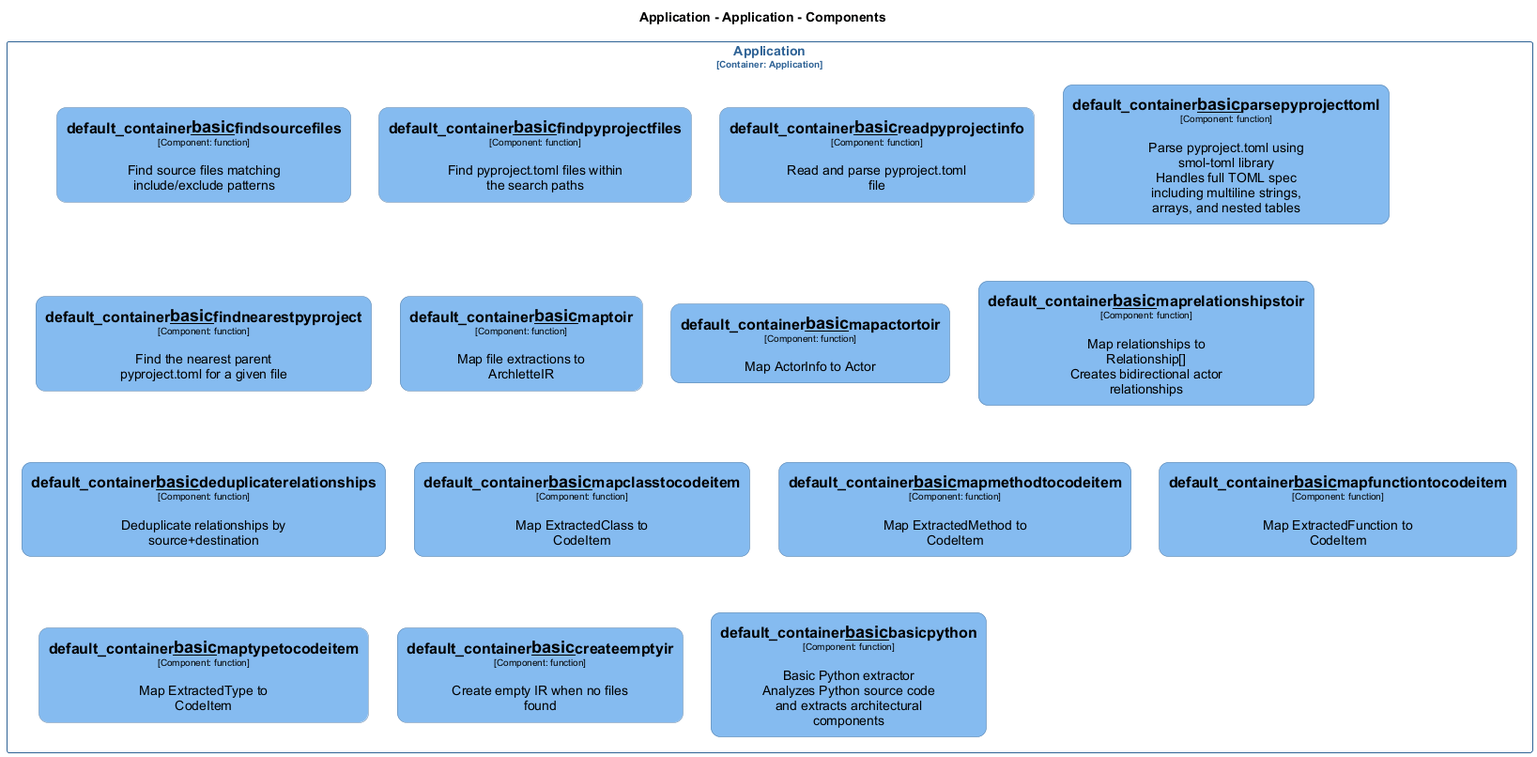
Before: docs/architecture/diagrams/structurizr-Classes_default_container__basic.png, a diagram exported from PlantUML (chrislyons-dev/archlette). Source of this version:
```plantuml
@startuml
set separator none
title Application - Application - Components

top to bottom direction
skinparam ranksep 60
skinparam nodesep 30

skinparam {
  arrowFontSize 10
  defaultTextAlignment center
  wrapWidth 200
  maxMessageSize 100
  defaultFontName "Arial"
}

hide stereotype

skinparam rectangle<<Application.Application.default_container__basic__basicpython>> {
  BackgroundColor #85bbf0
  FontColor #000000
  BorderColor #5d82a8
  roundCorner 20
  shadowing false
}
skinparam rectangle<<Application.Application.default_container__basic__createemptyir>> {
  BackgroundColor #85bbf0
  FontColor #000000
  BorderColor #5d82a8
  roundCorner 20
  shadowing false
}
skinparam rectangle<<Application.Application.default_container__basic__deduplicaterelationships>> {
  BackgroundColor #85bbf0
  FontColor #000000
  BorderColor #5d82a8
  roundCorner 20
  shadowing false
}
skinparam rectangle<<Application.Application.default_container__basic__findnearestpyproject>> {
  BackgroundColor #85bbf0
  FontColor #000000
  BorderColor #5d82a8
  roundCorner 20
  shadowing false
}
skinparam rectangle<<Application.Application.default_container__basic__findpyprojectfiles>> {
  BackgroundColor #85bbf0
  FontColor #000000
  BorderColor #5d82a8
  roundCorner 20
  shadowing false
}
skinparam rectangle<<Application.Application.default_container__basic__findsourcefiles>> {
  BackgroundColor #85bbf0
  FontColor #000000
  BorderColor #5d82a8
  roundCorner 20
  shadowing false
}
skinparam rectangle<<Application.Application.default_container__basic__mapactortoir>> {
  BackgroundColor #85bbf0
  FontColor #000000
  BorderColor #5d82a8
  roundCorner 20
  shadowing false
}
skinparam rectangle<<Application.Application.default_container__basic__mapclasstocodeitem>> {
  BackgroundColor #85bbf0
  FontColor #000000
  BorderColor #5d82a8
  roundCorner 20
  shadowing false
}
skinparam rectangle<<Application.Application.default_container__basic__mapfunctiontocodeitem>> {
  BackgroundColor #85bbf0
  FontColor #000000
  BorderColor #5d82a8
  roundCorner 20
  shadowing false
}
skinparam rectangle<<Application.Application.default_container__basic__mapmethodtocodeitem>> {
  BackgroundColor #85bbf0
  FontColor #000000
  BorderColor #5d82a8
  roundCorner 20
  shadowing false
}
skinparam rectangle<<Application.Application.default_container__basic__maprelationshipstoir>> {
  BackgroundColor #85bbf0
  FontColor #000000
  BorderColor #5d82a8
  roundCorner 20
  shadowing false
}
skinparam rectangle<<Application.Application.default_container__basic__maptoir>> {
  BackgroundColor #85bbf0
  FontColor #000000
  BorderColor #5d82a8
  roundCorner 20
  shadowing false
}
skinparam rectangle<<Application.Application.default_container__basic__maptypetocodeitem>> {
  BackgroundColor #85bbf0
  FontColor #000000
  BorderColor #5d82a8
  roundCorner 20
  shadowing false
}
skinparam rectangle<<Application.Application.default_container__basic__parsepyprojecttoml>> {
  BackgroundColor #85bbf0
  FontColor #000000
  BorderColor #5d82a8
  roundCorner 20
  shadowing false
}
skinparam rectangle<<Application.Application.default_container__basic__readpyprojectinfo>> {
  BackgroundColor #85bbf0
  FontColor #000000
  BorderColor #5d82a8
  roundCorner 20
  shadowing false
}
skinparam rectangle<<Application.Application>> {
  BorderColor #2e6295
  FontColor #2e6295
  shadowing false
}

rectangle "Application\n<size:10>[Container: Application]</size>" <<Application.Application>> {
  rectangle "==default_container__basic__findsourcefiles\n<size:10>[Component: function]</size>\n\nFind source files matching include/exclude patterns" <<Application.Application.default_container__basic__findsourcefiles>> as Application.Application.default_container__basic__findsourcefiles
  rectangle "==default_container__basic__findpyprojectfiles\n<size:10>[Component: function]</size>\n\nFind pyproject.toml files within the search paths" <<Application.Application.default_container__basic__findpyprojectfiles>> as Application.Application.default_container__basic__findpyprojectfiles
  rectangle "==default_container__basic__readpyprojectinfo\n<size:10>[Component: function]</size>\n\nRead and parse pyproject.toml file" <<Application.Application.default_container__basic__readpyprojectinfo>> as Application.Application.default_container__basic__readpyprojectinfo
  rectangle "==default_container__basic__parsepyprojecttoml\n<size:10>[Component: function]</size>\n\nParse pyproject.toml using smol-toml library\nHandles full TOML spec including multiline strings, arrays, and nested tables" <<Application.Application.default_container__basic__parsepyprojecttoml>> as Application.Application.default_container__basic__parsepyprojecttoml
  rectangle "==default_container__basic__findnearestpyproject\n<size:10>[Component: function]</size>\n\nFind the nearest parent pyproject.toml for a given file" <<Application.Application.default_container__basic__findnearestpyproject>> as Application.Application.default_container__basic__findnearestpyproject
  rectangle "==default_container__basic__maptoir\n<size:10>[Component: function]</size>\n\nMap file extractions to ArchletteIR" <<Application.Application.default_container__basic__maptoir>> as Application.Application.default_container__basic__maptoir
  rectangle "==default_container__basic__mapactortoir\n<size:10>[Component: function]</size>\n\nMap ActorInfo to Actor" <<Application.Application.default_container__basic__mapactortoir>> as Application.Application.default_container__basic__mapactortoir
  rectangle "==default_container__basic__maprelationshipstoir\n<size:10>[Component: function]</size>\n\nMap relationships to Relationship[]\nCreates bidirectional actor relationships" <<Application.Application.default_container__basic__maprelationshipstoir>> as Application.Application.default_container__basic__maprelationshipstoir
  rectangle "==default_container__basic__deduplicaterelationships\n<size:10>[Component: function]</size>\n\nDeduplicate relationships by source+destination" <<Application.Application.default_container__basic__deduplicaterelationships>> as Application.Application.default_container__basic__deduplicaterelationships
  rectangle "==default_container__basic__mapclasstocodeitem\n<size:10>[Component: function]</size>\n\nMap ExtractedClass to CodeItem" <<Application.Application.default_container__basic__mapclasstocodeitem>> as Application.Application.default_container__basic__mapclasstocodeitem
  rectangle "==default_container__basic__mapmethodtocodeitem\n<size:10>[Component: function]</size>\n\nMap ExtractedMethod to CodeItem" <<Application.Application.default_container__basic__mapmethodtocodeitem>> as Application.Application.default_container__basic__mapmethodtocodeitem
  rectangle "==default_container__basic__mapfunctiontocodeitem\n<size:10>[Component: function]</size>\n\nMap ExtractedFunction to CodeItem" <<Application.Application.default_container__basic__mapfunctiontocodeitem>> as Application.Application.default_container__basic__mapfunctiontocodeitem
  rectangle "==default_container__basic__maptypetocodeitem\n<size:10>[Component: function]</size>\n\nMap ExtractedType to CodeItem" <<Application.Application.default_container__basic__maptypetocodeitem>> as Application.Application.default_container__basic__maptypetocodeitem
  rectangle "==default_container__basic__createemptyir\n<size:10>[Component: function]</size>\n\nCreate empty IR when no files found" <<Application.Application.default_container__basic__createemptyir>> as Application.Application.default_container__basic__createemptyir
  rectangle "==default_container__basic__basicpython\n<size:10>[Component: function]</size>\n\nBasic Python extractor\nAnalyzes Python source code and extracts architectural components" <<Application.Application.default_container__basic__basicpython>> as Application.Application.default_container__basic__basicpython
}

@enduml
```
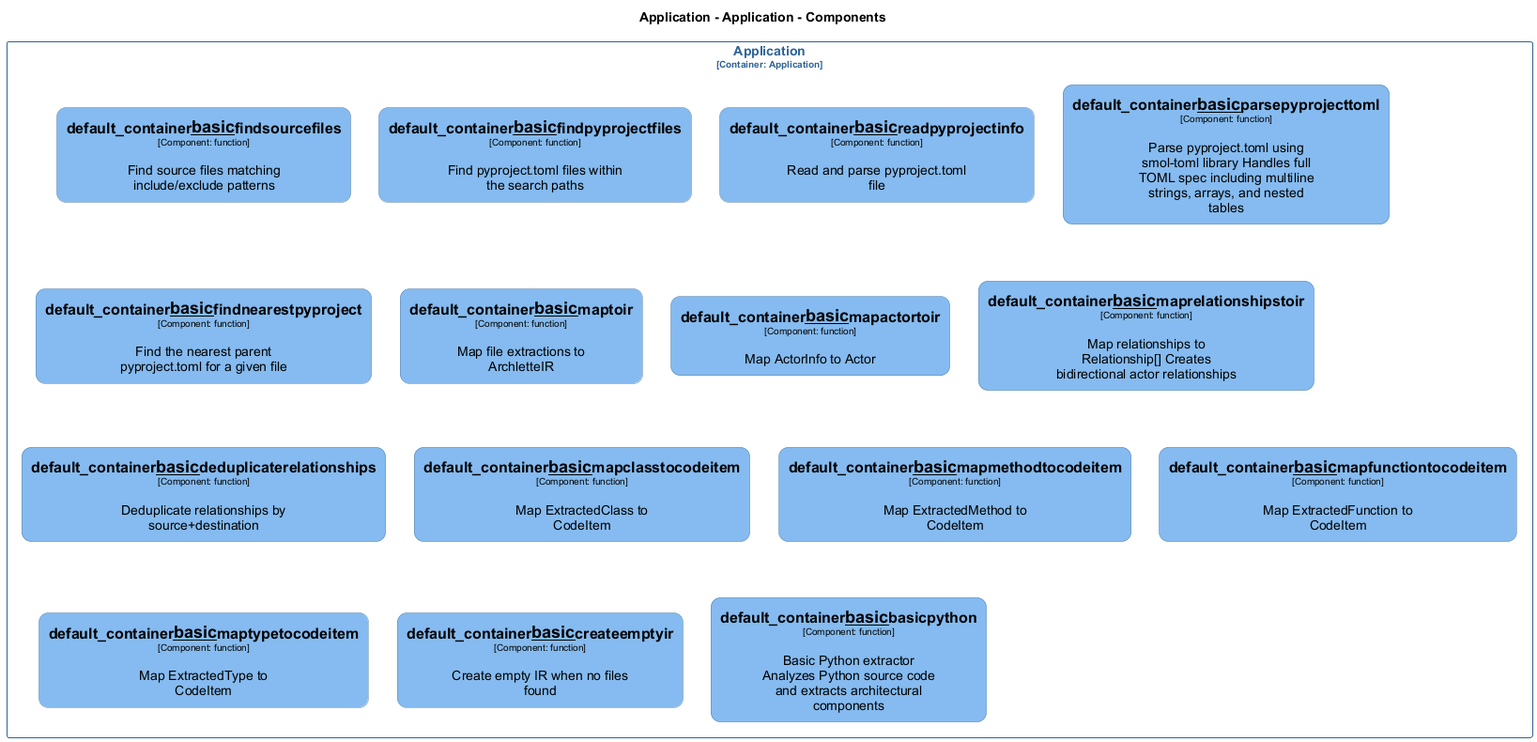
The same file after the commit.

Diff of the diagram source:
```diff
@@ -131,18 +131,18 @@
   rectangle "==default_container__basic__findsourcefiles\n<size:10>[Component: function]</size>\n\nFind source files matching include/exclude patterns" <<Application.Application.default_container__basic__findsourcefiles>> as Application.Application.default_container__basic__findsourcefiles
   rectangle "==default_container__basic__findpyprojectfiles\n<size:10>[Component: function]</size>\n\nFind pyproject.toml files within the search paths" <<Application.Application.default_container__basic__findpyprojectfiles>> as Application.Application.default_container__basic__findpyprojectfiles
   rectangle "==default_container__basic__readpyprojectinfo\n<size:10>[Component: function]</size>\n\nRead and parse pyproject.toml file" <<Application.Application.default_container__basic__readpyprojectinfo>> as Application.Application.default_container__basic__readpyprojectinfo
-  rectangle "==default_container__basic__parsepyprojecttoml\n<size:10>[Component: function]</size>\n\nParse pyproject.toml using smol-toml library\nHandles full TOML spec including multiline strings, arrays, and nested tables" <<Application.Application.default_container__basic__parsepyprojecttoml>> as Application.Application.default_container__basic__parsepyprojecttoml
+  rectangle "==default_container__basic__parsepyprojecttoml\n<size:10>[Component: function]</size>\n\nParse pyproject.toml using smol-toml library Handles full TOML spec including multiline strings, arrays, and nested tables" <<Application.Application.default_container__basic__parsepyprojecttoml>> as Application.Application.default_container__basic__parsepyprojecttoml
   rectangle "==default_container__basic__findnearestpyproject\n<size:10>[Component: function]</size>\n\nFind the nearest parent pyproject.toml for a given file" <<Application.Application.default_container__basic__findnearestpyproject>> as Application.Application.default_container__basic__findnearestpyproject
   rectangle "==default_container__basic__maptoir\n<size:10>[Component: function]</size>\n\nMap file extractions to ArchletteIR" <<Application.Application.default_container__basic__maptoir>> as Application.Application.default_container__basic__maptoir
   rectangle "==default_container__basic__mapactortoir\n<size:10>[Component: function]</size>\n\nMap ActorInfo to Actor" <<Application.Application.default_container__basic__mapactortoir>> as Application.Application.default_container__basic__mapactortoir
-  rectangle "==default_container__basic__maprelationshipstoir\n<size:10>[Component: function]</size>\n\nMap relationships to Relationship[]\nCreates bidirectional actor relationships" <<Application.Application.default_container__basic__maprelationshipstoir>> as Application.Application.default_container__basic__maprelationshipstoir
+  rectangle "==default_container__basic__maprelationshipstoir\n<size:10>[Component: function]</size>\n\nMap relationships to Relationship[] Creates bidirectional actor relationships" <<Application.Application.default_container__basic__maprelationshipstoir>> as Application.Application.default_container__basic__maprelationshipstoir
   rectangle "==default_container__basic__deduplicaterelationships\n<size:10>[Component: function]</size>\n\nDeduplicate relationships by source+destination" <<Application.Application.default_container__basic__deduplicaterelationships>> as Application.Application.default_container__basic__deduplicaterelationships
   rectangle "==default_container__basic__mapclasstocodeitem\n<size:10>[Component: function]</size>\n\nMap ExtractedClass to CodeItem" <<Application.Application.default_container__basic__mapclasstocodeitem>> as Application.Application.default_container__basic__mapclasstocodeitem
   rectangle "==default_container__basic__mapmethodtocodeitem\n<size:10>[Component: function]</size>\n\nMap ExtractedMethod to CodeItem" <<Application.Application.default_container__basic__mapmethodtocodeitem>> as Application.Application.default_container__basic__mapmethodtocodeitem
   rectangle "==default_container__basic__mapfunctiontocodeitem\n<size:10>[Component: function]</size>\n\nMap ExtractedFunction to CodeItem" <<Application.Application.default_container__basic__mapfunctiontocodeitem>> as Application.Application.default_container__basic__mapfunctiontocodeitem
   rectangle "==default_container__basic__maptypetocodeitem\n<size:10>[Component: function]</size>\n\nMap ExtractedType to CodeItem" <<Application.Application.default_container__basic__maptypetocodeitem>> as Application.Application.default_container__basic__maptypetocodeitem
   rectangle "==default_container__basic__createemptyir\n<size:10>[Component: function]</size>\n\nCreate empty IR when no files found" <<Application.Application.default_container__basic__createemptyir>> as Application.Application.default_container__basic__createemptyir
-  rectangle "==default_container__basic__basicpython\n<size:10>[Component: function]</size>\n\nBasic Python extractor\nAnalyzes Python source code and extracts architectural components" <<Application.Application.default_container__basic__basicpython>> as Application.Application.default_container__basic__basicpython
+  rectangle "==default_container__basic__basicpython\n<size:10>[Component: function]</size>\n\nBasic Python extractor Analyzes Python source code and extracts architectural components" <<Application.Application.default_container__basic__basicpython>> as Application.Application.default_container__basic__basicpython
 }
 
 @enduml
```
